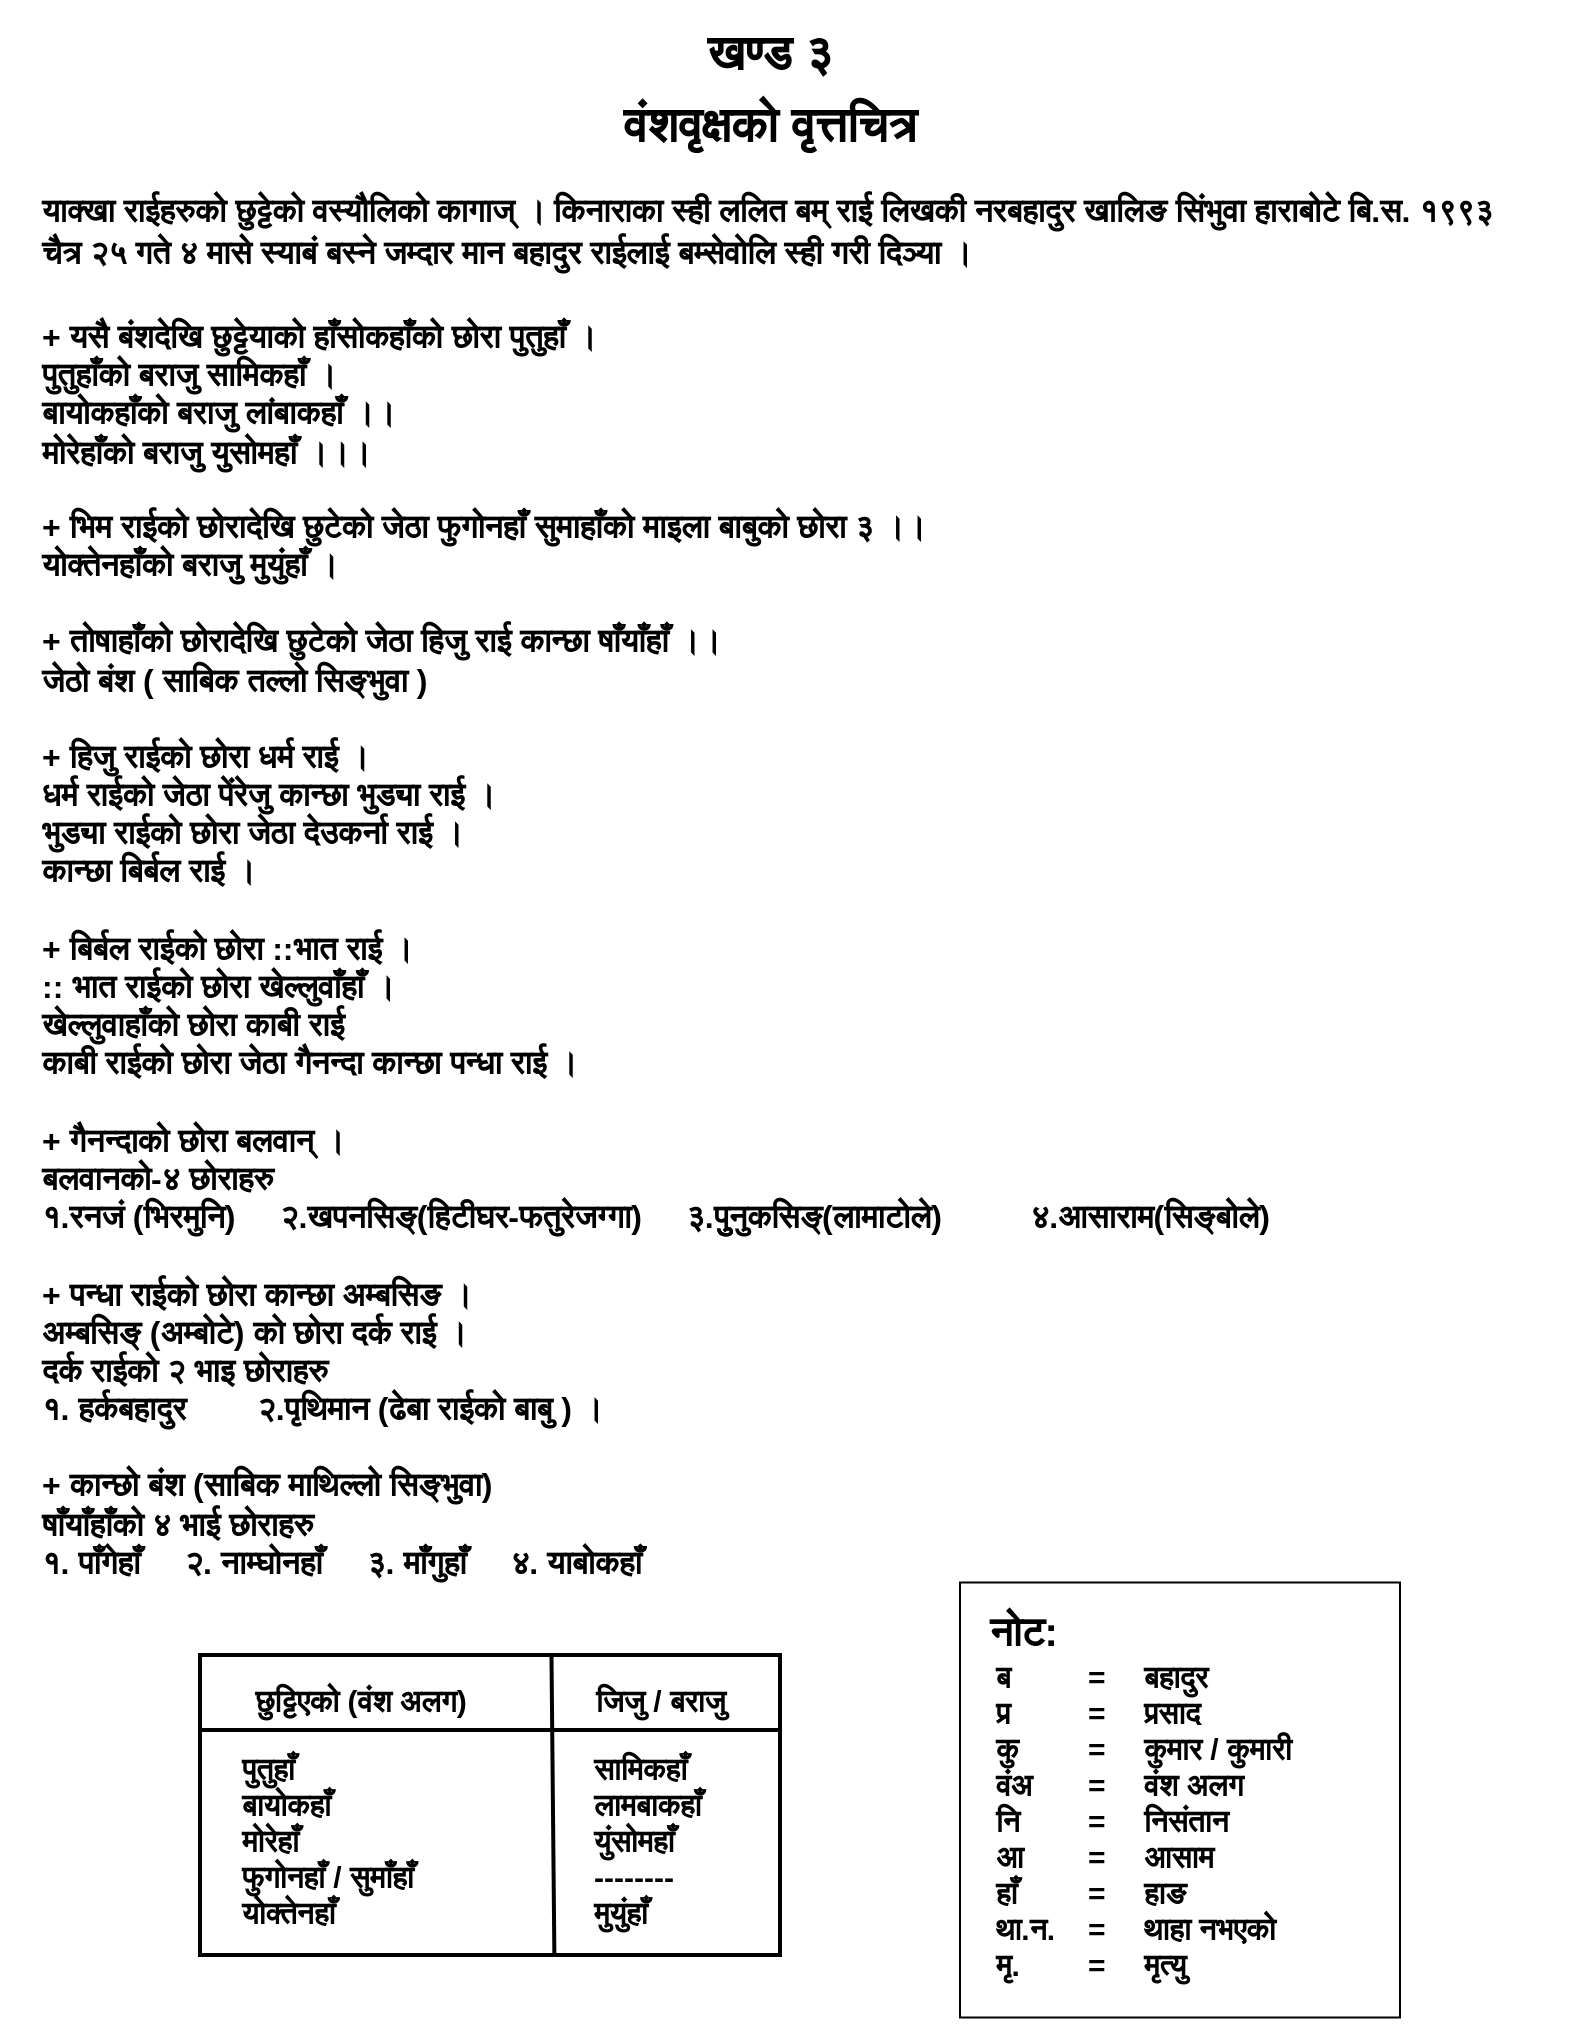
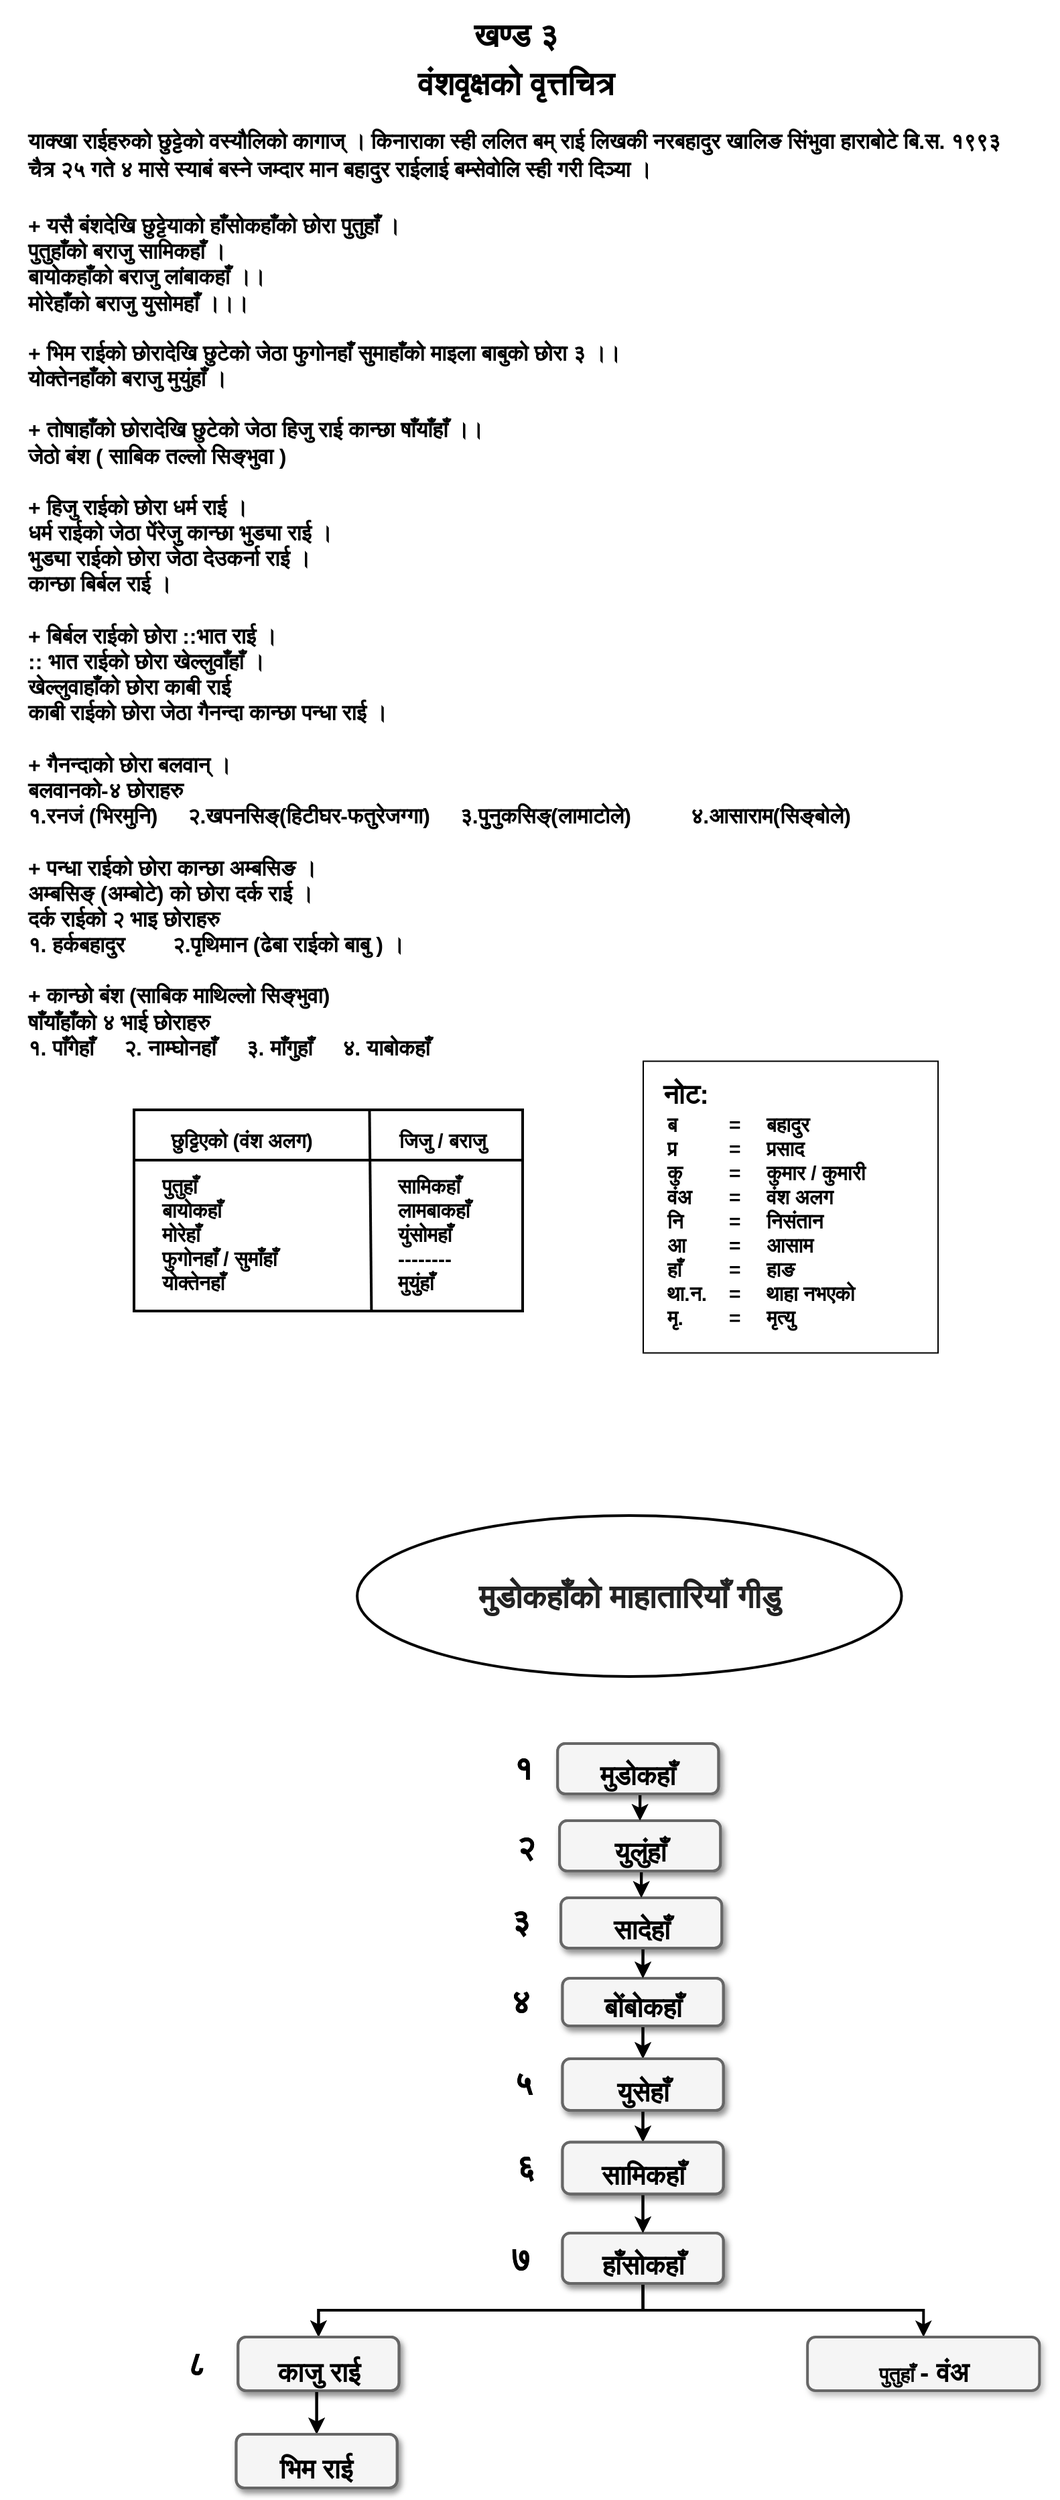
<mxfile host="app.diagrams.net">
  <diagram name="Page-1" id="8f1rnoJ54imUJZ3Wqrcn">
-     <mxGraphModel dx="1704" dy="1028" grid="1" gridSize="10" guides="1" tooltips="1" connect="1" arrows="1" fold="1" page="1" pageScale="1" pageWidth="850" pageHeight="1100" math="0" shadow="0">
+     <mxGraphModel dx="3940" dy="2580" grid="1" gridSize="10" guides="1" tooltips="1" connect="1" arrows="1" fold="1" page="1" pageScale="1" pageWidth="850" pageHeight="1100" math="0" shadow="0">
      <root>
        <mxCell id="0" />
        <mxCell id="1" parent="0" />
        <mxCell id="NBtEsrI96ws6vpRakEqm-1" parent="1" style="rounded=0;whiteSpace=wrap;html=1;" value="" vertex="1">
          <mxGeometry height="217.5" width="220" x="530" y="821.25" as="geometry" />
        </mxCell>
        <mxCell id="NBtEsrI96ws6vpRakEqm-2" parent="1" style="text;whiteSpace=wrap;html=1;align=left;fontSize=15;verticalAlign=bottom;fontStyle=1;strokeWidth=2;" value="&lt;font style=&quot;line-height: 1.3;&quot;&gt;&lt;br&gt;&lt;font style=&quot;font-size: 16px;&quot;&gt;याक्खा राईहरुको छुट्टेको वस्यौलिको कागाज् । किनाराका स्ही ललित बम् राई लिखकी नरबहादुर खालिङ सिंभुवा हाराबोटे बि.स. १९९३ चैत्र २५ गते ४ मासे स्याबं बस्ने जम्दार मान बहादुर राईलाई बम्सेवोलि स्ही गरी दिञ्या ।&lt;/font&gt;&lt;/font&gt;" vertex="1">
          <mxGeometry height="70" width="740" x="69.39" y="100" as="geometry" />
        </mxCell>
        <mxCell id="NBtEsrI96ws6vpRakEqm-3" parent="1" style="text;whiteSpace=wrap;html=1;align=left;fontSize=15;verticalAlign=bottom;fontStyle=1;strokeWidth=2;" value="&lt;div&gt;&lt;font style=&quot;font-size: 16px;&quot;&gt;+ यसै बंशदेखि छुट्टेयाको हाँसोकहाँको छोरा पुतुहाँ ।&lt;/font&gt;&lt;/div&gt;&lt;div&gt;&lt;font style=&quot;font-size: 16px;&quot;&gt;पुतुहाँको बराजु सामिकहाँ ।&lt;/font&gt;&lt;/div&gt;&lt;div&gt;&lt;font style=&quot;font-size: 16px;&quot;&gt;बायोकहाँको बराजु लांबाकहाँ ।।&lt;/font&gt;&lt;/div&gt;&lt;div&gt;&lt;font style=&quot;font-size: 16px;&quot;&gt;मोरेहाँको बराजु युसोमहाँ ।।।&lt;/font&gt;&lt;/div&gt;&lt;div&gt;&lt;br&gt;&lt;/div&gt;&lt;div&gt;&lt;font style=&quot;font-size: 16px;&quot;&gt;+ भिम राईको छोरादेखि छुटेको जेठा फुगोनहाँ सुमाहाँको माइला बाबुको छोरा ३ ।।&lt;/font&gt;&lt;/div&gt;&lt;div&gt;&lt;font style=&quot;font-size: 16px;&quot;&gt;योक्तेनहाँको बराजु मुयुंहाँ ।&lt;/font&gt;&lt;/div&gt;&lt;div&gt;&lt;font style=&quot;font-size: 16px;&quot;&gt;&lt;br&gt;&lt;/font&gt;&lt;/div&gt;&lt;div&gt;&lt;font style=&quot;font-size: 16px;&quot;&gt;+ तोषाहाँको छोरादेखि छुटेको जेठा हिजु राई कान्छा षाँयाँहाँ ।।&lt;/font&gt;&lt;/div&gt;&lt;div&gt;&lt;font style=&quot;font-size: 16px;&quot;&gt;जेठो बंश ( साबिक तल्लो सिङ्भुवा )&lt;/font&gt;&lt;/div&gt;&lt;div&gt;&lt;font style=&quot;font-size: 16px;&quot;&gt;&lt;br&gt;&lt;/font&gt;&lt;/div&gt;&lt;div&gt;&lt;font style=&quot;font-size: 16px;&quot;&gt;+ हिजु राईको छोरा धर्म राई ।&lt;/font&gt;&lt;/div&gt;&lt;div&gt;&lt;font style=&quot;font-size: 16px;&quot;&gt;धर्म राईको जेठा पेंरेजु कान्छा भुड्या राई ।&lt;/font&gt;&lt;/div&gt;&lt;div&gt;&lt;font style=&quot;font-size: 16px;&quot;&gt;भुड्या राईको छोरा जेठा देउकर्ना राई ।&lt;/font&gt;&lt;/div&gt;&lt;div&gt;&lt;font style=&quot;font-size: 16px;&quot;&gt;कान्छा बिर्बल राई ।&lt;/font&gt;&lt;/div&gt;&lt;div&gt;&lt;font style=&quot;font-size: 16px;&quot;&gt;&lt;br&gt;&lt;/font&gt;&lt;/div&gt;&lt;div&gt;&lt;font style=&quot;font-size: 16px;&quot;&gt;+ बिर्बल राईको छोरा ::भात राई ।&lt;/font&gt;&lt;/div&gt;&lt;div&gt;&lt;font style=&quot;font-size: 16px;&quot;&gt;:: भात राईको छोरा खेल्लुवाँहाँ ।&lt;/font&gt;&lt;/div&gt;&lt;div&gt;&lt;font style=&quot;font-size: 16px;&quot;&gt;खेल्लुवाहाँको छोरा काबी राई&amp;nbsp;&lt;/font&gt;&lt;/div&gt;&lt;div&gt;&lt;font style=&quot;font-size: 16px;&quot;&gt;काबी राईको छोरा जेठा गैनन्दा कान्छा पन्धा राई ।&lt;/font&gt;&lt;/div&gt;&lt;div&gt;&lt;font style=&quot;font-size: 16px;&quot;&gt;&lt;br&gt;&lt;/font&gt;&lt;/div&gt;&lt;div&gt;&lt;font style=&quot;font-size: 16px;&quot;&gt;+ गैनन्दाको छोरा बलवान् ।&lt;/font&gt;&lt;/div&gt;&lt;div&gt;&lt;font style=&quot;font-size: 16px;&quot;&gt;बलवानको-४ छोराहरु&lt;/font&gt;&lt;/div&gt;&lt;div&gt;&lt;font style=&quot;font-size: 16px;&quot;&gt;१.रनजं (भिरमुनि)&amp;nbsp; &amp;nbsp; &amp;nbsp;२.खपनसिङ्(हिटीघर-फतुरेजग्गा)&amp;nbsp; &amp;nbsp; &amp;nbsp;३.&lt;/font&gt;&lt;span style=&quot;font-size: 16px; background-color: transparent; color: light-dark(rgb(0, 0, 0), rgb(255, 255, 255));&quot;&gt;पुुनुकसिङ्(लामाटोले)&lt;/span&gt;&lt;span style=&quot;font-size: 16px;&quot;&gt;&amp;nbsp; &amp;nbsp; &amp;nbsp; &amp;nbsp; &amp;nbsp;&amp;nbsp;&lt;/span&gt;&lt;span style=&quot;font-size: 16px; background-color: transparent; color: light-dark(rgb(0, 0, 0), rgb(255, 255, 255));&quot;&gt;४.आसाराम(सिङ्बोले)&lt;/span&gt;&lt;/div&gt;&lt;div&gt;&lt;font style=&quot;font-size: 16px;&quot;&gt;&lt;br&gt;&lt;/font&gt;&lt;/div&gt;&lt;div&gt;&lt;font style=&quot;font-size: 16px;&quot;&gt;+ पन्धा राईको छोरा कान्छा अम्बसिङ ।&lt;/font&gt;&lt;/div&gt;&lt;div&gt;&lt;font style=&quot;font-size: 16px;&quot;&gt;अम्बसिङ् (अम्बोटे) को छोरा दर्क राई ।&lt;/font&gt;&lt;/div&gt;&lt;div&gt;&lt;font style=&quot;font-size: 16px;&quot;&gt;दर्क राईको २ भाइ छोराहरु&lt;/font&gt;&lt;/div&gt;&lt;div&gt;&lt;font style=&quot;font-size: 16px;&quot;&gt;१. हर्कबहादुर&amp;nbsp; &amp;nbsp; &amp;nbsp; &amp;nbsp; २.पृथिमान (ढेबा राईको बाबु ) ।&lt;/font&gt;&lt;/div&gt;&lt;div&gt;&lt;font style=&quot;font-size: 16px;&quot;&gt;&lt;br&gt;&lt;/font&gt;&lt;/div&gt;&lt;div&gt;&lt;font style=&quot;font-size: 16px;&quot;&gt;+ कान्छो बंश (साबिक माथिल्लो सिङ्भुवा)&lt;/font&gt;&lt;/div&gt;&lt;div&gt;&lt;font style=&quot;font-size: 16px;&quot;&gt;षाँयाँहाँको ४ भाई छोराहरु&amp;nbsp;&lt;/font&gt;&lt;/div&gt;&lt;div&gt;&lt;font style=&quot;font-size: 16px;&quot;&gt;१. पाँगेहाँ&amp;nbsp; &amp;nbsp; &amp;nbsp;२. नाम्घोनहाँ&amp;nbsp; &amp;nbsp; &amp;nbsp;३. माँगुहाँ&amp;nbsp; &amp;nbsp; &amp;nbsp;४. याबोकहाँ&amp;nbsp;&lt;/font&gt;&lt;/div&gt;" vertex="1">
          <mxGeometry height="692.5" width="770.61" x="69.39" y="130" as="geometry" />
        </mxCell>
        <mxCell id="NBtEsrI96ws6vpRakEqm-4" parent="1" style="text;whiteSpace=wrap;html=1;fontSize=30;align=center;strokeWidth=2;" value="&lt;b&gt;&lt;font style=&quot;font-size: 24px;&quot;&gt;खण्ड ३&lt;/font&gt;&lt;/b&gt;&lt;div&gt;&lt;b&gt;&lt;font style=&quot;font-size: 24px;&quot;&gt;वंशवृक्षको वृत्तचित्र&lt;/font&gt;&lt;/b&gt;&lt;/div&gt;" vertex="1">
          <mxGeometry height="50" width="770" x="50" y="30" as="geometry" />
        </mxCell>
        <mxCell id="NBtEsrI96ws6vpRakEqm-5" parent="1" style="rounded=0;whiteSpace=wrap;html=1;fontSize=15;align=left;fontStyle=1;strokeWidth=2;" value="" vertex="1">
          <mxGeometry height="150" width="290" x="150" y="857.5" as="geometry" />
        </mxCell>
        <mxCell id="NBtEsrI96ws6vpRakEqm-6" parent="1" style="text;html=1;align=center;verticalAlign=middle;resizable=0;points=[];autosize=1;strokeColor=none;fillColor=none;fontSize=15;fontStyle=1;strokeWidth=2;" value="&lt;span style=&quot;font-size: 15px;&quot;&gt;छुट्टिएको (&lt;/span&gt;&lt;span style=&quot;font-size: 15px;&quot;&gt;&lt;span style=&quot;font-size: 15px;&quot;&gt;वंश अलग&lt;/span&gt;&lt;/span&gt;&lt;span style=&quot;font-size: 15px;&quot;&gt;)&lt;/span&gt;" vertex="1">
          <mxGeometry height="20" width="140" x="160" y="870" as="geometry" />
        </mxCell>
        <mxCell id="NBtEsrI96ws6vpRakEqm-7" parent="1" style="text;html=1;align=center;verticalAlign=middle;resizable=0;points=[];autosize=1;strokeColor=none;fillColor=none;fontSize=15;fontStyle=1;strokeWidth=2;" value="&lt;span style=&quot;font-size: 15px;&quot;&gt;जिजु / बराजु&amp;nbsp;&lt;/span&gt;" vertex="1">
          <mxGeometry height="20" width="100" x="332.07000000000016" y="870" as="geometry" />
        </mxCell>
        <mxCell id="NBtEsrI96ws6vpRakEqm-8" parent="1" style="text;html=1;align=left;verticalAlign=middle;resizable=0;points=[];autosize=1;strokeColor=none;fillColor=none;fontSize=15;fontStyle=1;strokeWidth=2;" value="&lt;span style=&quot;font-family: calibri, sans-serif; font-size: 15px; text-align: center;&quot;&gt;पुत्लुङहाँ&lt;br style=&quot;font-size: 15px;&quot;&gt;&lt;/span&gt;बायोकहॅा&lt;br style=&quot;font-size: 15px;&quot;&gt;मोरेहाँ&amp;nbsp;&lt;br style=&quot;font-size: 15px;&quot;&gt;फुगोनहाँ/सुमाँहाँ&lt;br style=&quot;font-size: 15px;&quot;&gt;योक्तेनहाँ" vertex="1">
          <mxGeometry height="100" width="110" x="169.38999999999987" y="900.25" as="geometry" />
        </mxCell>
        <mxCell id="NBtEsrI96ws6vpRakEqm-9" parent="1" style="text;html=1;strokeColor=none;fillColor=none;align=left;verticalAlign=middle;whiteSpace=wrap;rounded=0;fontSize=15;fontStyle=1;strokeWidth=2;" value="सामिकहाँ&lt;br style=&quot;font-size: 15px;&quot;&gt;लामबाकहॅा&lt;br style=&quot;font-size: 15px;&quot;&gt;युंसोमहाँ&lt;br style=&quot;font-size: 15px;&quot;&gt;&lt;span style=&quot;font-size: 15px;&quot;&gt;--------&lt;br style=&quot;font-size: 15px;&quot;&gt;&lt;/span&gt;मुयुंहाँ" vertex="1">
          <mxGeometry height="47.5" width="120.01" x="344.9899999999998" y="926.5" as="geometry" />
        </mxCell>
        <mxCell id="NBtEsrI96ws6vpRakEqm-10" edge="1" parent="1" source="NBtEsrI96ws6vpRakEqm-5" style="endArrow=none;html=1;rounded=0;fontSize=15;entryX=0.606;entryY=0.001;entryDx=0;entryDy=0;entryPerimeter=0;exitX=0.611;exitY=0.999;exitDx=0;exitDy=0;exitPerimeter=0;fontStyle=1;strokeWidth=2;" target="NBtEsrI96ws6vpRakEqm-5" value="">
          <mxGeometry height="50" relative="1" width="50" as="geometry">
            <mxPoint x="365.3600000000001" y="1100" as="sourcePoint" />
            <mxPoint x="172.36000000000013" y="940" as="targetPoint" />
          </mxGeometry>
        </mxCell>
        <mxCell id="NBtEsrI96ws6vpRakEqm-11" parent="1" style="text;html=1;align=left;verticalAlign=middle;resizable=0;points=[];autosize=1;strokeColor=none;fillColor=none;fontSize=15;fontStyle=1;strokeWidth=2;" value="&lt;div&gt;&lt;span style=&quot;background-color: transparent; color: light-dark(rgb(0, 0, 0), rgb(255, 255, 255));&quot;&gt;ब&amp;nbsp; &amp;nbsp; &amp;nbsp; &amp;nbsp;&lt;/span&gt;&lt;/div&gt;&lt;div style=&quot;&quot;&gt;&lt;div style=&quot;font-size: 15px;&quot;&gt;प्र&amp;nbsp; &amp;nbsp; &amp;nbsp; &amp;nbsp;&lt;/div&gt;&lt;div style=&quot;font-size: 15px;&quot;&gt;कु&amp;nbsp; &amp;nbsp; &amp;nbsp;&amp;nbsp;&lt;/div&gt;&lt;div style=&quot;font-size: 15px;&quot;&gt;वंअ&amp;nbsp; &amp;nbsp;&amp;nbsp;&lt;/div&gt;&lt;div style=&quot;font-size: 15px;&quot;&gt;नि&amp;nbsp; &amp;nbsp; &amp;nbsp;&lt;/div&gt;&lt;div style=&quot;font-size: 15px;&quot;&gt;आ&amp;nbsp;&amp;nbsp;&lt;/div&gt;&lt;div style=&quot;font-size: 15px;&quot;&gt;हाँ&amp;nbsp; &amp;nbsp;&lt;/div&gt;&lt;div style=&quot;font-size: 15px;&quot;&gt;था.न.&lt;/div&gt;&lt;div style=&quot;&quot;&gt;मृ&lt;span style=&quot;background-color: transparent; color: light-dark(rgb(0, 0, 0), rgb(255, 255, 255));&quot;&gt;.&lt;/span&gt;&lt;/div&gt;&lt;/div&gt;&lt;div style=&quot;font-size: 15px;&quot;&gt;&lt;br&gt;&lt;/div&gt;" vertex="1">
          <mxGeometry height="190" width="60" x="545.7899999999995" y="853.75" as="geometry" />
        </mxCell>
        <mxCell id="NBtEsrI96ws6vpRakEqm-12" edge="1" parent="1" source="NBtEsrI96ws6vpRakEqm-5" style="endArrow=none;html=1;rounded=0;fontSize=15;exitX=1;exitY=0.25;exitDx=0;exitDy=0;entryX=0;entryY=0.25;entryDx=0;entryDy=0;strokeWidth=2;" target="NBtEsrI96ws6vpRakEqm-5" value="">
          <mxGeometry height="50" relative="1" width="50" as="geometry">
            <mxPoint x="10" y="1037.5" as="sourcePoint" />
            <mxPoint x="60" y="987.5" as="targetPoint" />
          </mxGeometry>
        </mxCell>
        <mxCell id="NBtEsrI96ws6vpRakEqm-13" parent="1" style="rounded=0;whiteSpace=wrap;html=1;fontSize=15;align=left;fontStyle=1;strokeWidth=2;" value="" vertex="1">
          <mxGeometry height="150" width="290" x="150" y="857.5" as="geometry" />
        </mxCell>
        <mxCell id="NBtEsrI96ws6vpRakEqm-14" parent="1" style="text;html=1;align=center;verticalAlign=middle;resizable=0;points=[];autosize=1;strokeColor=none;fillColor=none;fontSize=15;fontStyle=1;strokeWidth=2;" value="&lt;span style=&quot;font-size: 15px;&quot;&gt;छुट्टिएको (&lt;/span&gt;&lt;span style=&quot;font-size: 15px;&quot;&gt;&lt;span style=&quot;font-size: 15px;&quot;&gt;वंश अलग&lt;/span&gt;&lt;/span&gt;&lt;span style=&quot;font-size: 15px;&quot;&gt;)&lt;/span&gt;" vertex="1">
          <mxGeometry height="20" width="140" x="160" y="870" as="geometry" />
        </mxCell>
        <mxCell id="NBtEsrI96ws6vpRakEqm-15" parent="1" style="text;html=1;align=center;verticalAlign=middle;resizable=0;points=[];autosize=1;strokeColor=none;fillColor=none;fontSize=15;fontStyle=1;strokeWidth=2;" value="&lt;span style=&quot;font-size: 15px;&quot;&gt;जिजु / बराजु&amp;nbsp;&lt;/span&gt;" vertex="1">
          <mxGeometry height="20" width="100" x="332.07000000000016" y="870" as="geometry" />
        </mxCell>
        <mxCell id="NBtEsrI96ws6vpRakEqm-16" parent="1" style="text;html=1;align=left;verticalAlign=middle;resizable=0;points=[];autosize=1;strokeColor=none;fillColor=none;fontSize=15;fontStyle=1;strokeWidth=2;" value="&lt;span style=&quot;white-space: normal;&quot;&gt;पुतुहाँ&amp;nbsp;&lt;/span&gt;&lt;span style=&quot;font-family: calibri, sans-serif; font-size: 15px; text-align: center;&quot;&gt;&lt;br style=&quot;font-size: 15px;&quot;&gt;&lt;/span&gt;बायोकहाँ&lt;br style=&quot;font-size: 15px;&quot;&gt;मोरेहाँ&amp;nbsp;&lt;br style=&quot;font-size: 15px;&quot;&gt;फुगोनहाँ /&amp;nbsp;सुमाँहाँ&lt;br style=&quot;font-size: 15px;&quot;&gt;योक्तेनहाँ" vertex="1">
          <mxGeometry height="100" width="120" x="169.38999999999987" y="900.25" as="geometry" />
        </mxCell>
        <mxCell id="NBtEsrI96ws6vpRakEqm-17" parent="1" style="text;html=1;strokeColor=none;fillColor=none;align=left;verticalAlign=middle;whiteSpace=wrap;rounded=0;fontSize=15;fontStyle=1;strokeWidth=2;" value="सामिकहाँ&lt;br style=&quot;font-size: 15px;&quot;&gt;लामबाकहाँ&lt;br style=&quot;font-size: 15px;&quot;&gt;युंसोमहाँ&lt;br style=&quot;font-size: 15px;&quot;&gt;&lt;span style=&quot;font-size: 15px;&quot;&gt;--------&lt;br style=&quot;font-size: 15px;&quot;&gt;&lt;/span&gt;मुयुंहाँ" vertex="1">
          <mxGeometry height="47.5" width="120.01" x="344.9899999999998" y="926.5" as="geometry" />
        </mxCell>
        <mxCell id="NBtEsrI96ws6vpRakEqm-18" edge="1" parent="1" source="NBtEsrI96ws6vpRakEqm-13" style="endArrow=none;html=1;rounded=0;fontSize=15;entryX=0.606;entryY=0.001;entryDx=0;entryDy=0;entryPerimeter=0;exitX=0.611;exitY=0.999;exitDx=0;exitDy=0;exitPerimeter=0;fontStyle=1;strokeWidth=2;" target="NBtEsrI96ws6vpRakEqm-13" value="">
          <mxGeometry height="50" relative="1" width="50" as="geometry">
            <mxPoint x="365.3600000000001" y="1100" as="sourcePoint" />
            <mxPoint x="172.36000000000013" y="940" as="targetPoint" />
          </mxGeometry>
        </mxCell>
        <mxCell id="NBtEsrI96ws6vpRakEqm-19" edge="1" parent="1" source="NBtEsrI96ws6vpRakEqm-13" style="endArrow=none;html=1;rounded=0;fontSize=15;exitX=1;exitY=0.25;exitDx=0;exitDy=0;entryX=0;entryY=0.25;entryDx=0;entryDy=0;strokeWidth=2;" target="NBtEsrI96ws6vpRakEqm-13" value="">
          <mxGeometry height="50" relative="1" width="50" as="geometry">
            <mxPoint x="10" y="1037.5" as="sourcePoint" />
            <mxPoint x="60" y="987.5" as="targetPoint" />
          </mxGeometry>
        </mxCell>
        <mxCell id="NBtEsrI96ws6vpRakEqm-20" parent="1" style="text;html=1;align=left;verticalAlign=middle;resizable=0;points=[];autosize=1;strokeColor=none;fillColor=none;fontSize=15;fontStyle=1;strokeWidth=2;" value="&lt;div&gt;&lt;span style=&quot;background-color: transparent; color: light-dark(rgb(0, 0, 0), rgb(255, 255, 255));&quot;&gt;बहादुर&lt;/span&gt;&lt;/div&gt;&lt;div style=&quot;&quot;&gt;&lt;div style=&quot;font-size: 15px;&quot;&gt;प्रसाद&lt;/div&gt;&lt;div style=&quot;font-size: 15px;&quot;&gt;कुमार / कुमारी&lt;/div&gt;&lt;div style=&quot;font-size: 15px;&quot;&gt;वंश अलग&lt;/div&gt;&lt;div style=&quot;font-size: 15px;&quot;&gt;निसंतान&lt;/div&gt;&lt;div style=&quot;font-size: 15px;&quot;&gt;आसाम&lt;/div&gt;&lt;div style=&quot;font-size: 15px;&quot;&gt;हाङ&lt;/div&gt;&lt;div style=&quot;font-size: 15px;&quot;&gt;थाहा नभएको&lt;/div&gt;&lt;div style=&quot;&quot;&gt;मृत्यु&lt;/div&gt;&lt;/div&gt;&lt;div style=&quot;font-size: 15px;&quot;&gt;&lt;br&gt;&lt;/div&gt;" vertex="1">
          <mxGeometry height="190" width="110" x="620" y="853.75" as="geometry" />
        </mxCell>
        <mxCell id="NBtEsrI96ws6vpRakEqm-21" parent="1" style="text;html=1;align=left;verticalAlign=middle;resizable=0;points=[];autosize=1;strokeColor=none;fillColor=none;fontSize=15;fontStyle=1;strokeWidth=2;" value="&lt;div style=&quot;line-height: 0%;&quot;&gt;&lt;font style=&quot;font-size: 20px;&quot;&gt;नोट:&lt;/font&gt;&lt;/div&gt;&lt;div style=&quot;font-size: 15px;&quot;&gt;&lt;span style=&quot;font-size: 15px;&quot;&gt;&lt;br&gt;&lt;/span&gt;&lt;/div&gt;&lt;div style=&quot;font-size: 15px;&quot;&gt;&lt;div&gt;&lt;br&gt;&lt;/div&gt;&lt;/div&gt;" vertex="1">
          <mxGeometry height="50" width="60" x="543.3799999999997" y="838.75" as="geometry" />
        </mxCell>
        <mxCell id="NBtEsrI96ws6vpRakEqm-22" parent="1" style="text;html=1;align=left;verticalAlign=middle;resizable=0;points=[];autosize=1;strokeColor=none;fillColor=none;fontSize=15;fontStyle=1;strokeWidth=2;" value="&lt;div&gt;=&lt;/div&gt;&lt;div&gt;=&lt;/div&gt;&lt;div&gt;=&lt;/div&gt;&lt;div&gt;=&lt;/div&gt;&lt;div&gt;=&lt;/div&gt;&lt;div&gt;=&lt;/div&gt;&lt;div&gt;=&lt;/div&gt;&lt;div&gt;=&lt;/div&gt;&lt;div&gt;=&lt;/div&gt;&lt;div&gt;&lt;br&gt;&lt;/div&gt;" vertex="1">
          <mxGeometry height="190" width="30" x="592.4099999999999" y="853.75" as="geometry" />
        </mxCell>
+         <mxCell id="fXanKe78MrKRruurNkE3-109" edge="1" parent="1" source="fXanKe78MrKRruurNkE3-110" style="edgeStyle=orthogonalEdgeStyle;rounded=0;orthogonalLoop=1;jettySize=auto;html=1;exitX=0.5;exitY=1;exitDx=0;exitDy=0;entryX=0.5;entryY=0;entryDx=0;entryDy=0;fontStyle=1;strokeWidth=2;" target="fXanKe78MrKRruurNkE3-116">
+           <mxGeometry relative="1" as="geometry" />
+         </mxCell>
+         <mxCell id="fXanKe78MrKRruurNkE3-110" parent="1" style="whiteSpace=wrap;html=1;rounded=1;shadow=1;strokeWidth=2;fontSize=20;align=center;fillColor=#f5f5f5;strokeColor=#666666;verticalAlign=bottom;fontStyle=1" value="&lt;p class=&quot;MsoNormal&quot; style=&quot;margin-bottom: 0.0001pt; line-height: normal; font-size: 20px;&quot;&gt;&lt;span style=&quot;font-size: 20px; line-height: 107%; font-family: calibri, sans-serif;&quot;&gt;बोंबोकहाँ&lt;/span&gt;&lt;br style=&quot;font-size: 20px;&quot;&gt;&lt;/p&gt;" vertex="1">
+           <mxGeometry height="35.5" width="120" x="469.7600000000002" y="1505" as="geometry" />
+         </mxCell>
+         <mxCell id="fXanKe78MrKRruurNkE3-111" edge="1" parent="1" source="fXanKe78MrKRruurNkE3-112" style="edgeStyle=orthogonalEdgeStyle;rounded=0;orthogonalLoop=1;jettySize=auto;html=1;exitX=0.5;exitY=1;exitDx=0;exitDy=0;entryX=0.5;entryY=0;entryDx=0;entryDy=0;fontStyle=1;strokeWidth=2;" target="fXanKe78MrKRruurNkE3-110">
+           <mxGeometry relative="1" as="geometry" />
+         </mxCell>
+         <mxCell id="fXanKe78MrKRruurNkE3-112" parent="1" style="whiteSpace=wrap;html=1;rounded=1;shadow=1;strokeWidth=2;fontSize=20;align=center;fillColor=#f5f5f5;strokeColor=#666666;verticalAlign=bottom;fontStyle=1" value="&lt;p class=&quot;MsoNormal&quot; style=&quot;margin-bottom: 0.0001pt; line-height: normal; font-size: 20px;&quot;&gt;&lt;span style=&quot;font-size: 20px;&quot;&gt;सादेहाँ&lt;/span&gt;&lt;br style=&quot;font-size: 20px;&quot;&gt;&lt;/p&gt;" vertex="1">
+           <mxGeometry height="37.5" width="120" x="468.57000000000016" y="1445" as="geometry" />
+         </mxCell>
+         <mxCell id="fXanKe78MrKRruurNkE3-113" edge="1" parent="1" source="fXanKe78MrKRruurNkE3-114" style="edgeStyle=orthogonalEdgeStyle;rounded=0;orthogonalLoop=1;jettySize=auto;html=1;exitX=0.5;exitY=1;exitDx=0;exitDy=0;entryX=0.5;entryY=0;entryDx=0;entryDy=0;fontStyle=1;strokeWidth=2;" target="fXanKe78MrKRruurNkE3-112">
+           <mxGeometry relative="1" as="geometry" />
+         </mxCell>
+         <mxCell id="fXanKe78MrKRruurNkE3-114" parent="1" style="whiteSpace=wrap;html=1;rounded=1;shadow=1;strokeWidth=2;fontSize=20;align=center;fillColor=#f5f5f5;strokeColor=#666666;verticalAlign=bottom;fontStyle=1" value="&lt;p class=&quot;MsoNormal&quot; style=&quot;margin-bottom: 0.0001pt; line-height: normal; font-size: 20px;&quot;&gt;&lt;span style=&quot;font-size: 20px; line-height: 107%; font-family: calibri, sans-serif;&quot;&gt;युलुंहाँ&lt;/span&gt;&lt;br style=&quot;font-size: 20px;&quot;&gt;&lt;/p&gt;" vertex="1">
+           <mxGeometry height="37.5" width="120" x="467.55999999999995" y="1387.5" as="geometry" />
+         </mxCell>
+         <mxCell id="fXanKe78MrKRruurNkE3-115" edge="1" parent="1" source="fXanKe78MrKRruurNkE3-116" style="edgeStyle=orthogonalEdgeStyle;rounded=0;orthogonalLoop=1;jettySize=auto;html=1;exitX=0.5;exitY=1;exitDx=0;exitDy=0;entryX=0.5;entryY=0;entryDx=0;entryDy=0;fontSize=24;strokeWidth=2;" target="fXanKe78MrKRruurNkE3-135">
+           <mxGeometry relative="1" as="geometry" />
+         </mxCell>
+         <mxCell id="fXanKe78MrKRruurNkE3-116" parent="1" style="whiteSpace=wrap;html=1;rounded=1;shadow=1;strokeWidth=2;fontSize=20;align=center;fillColor=#f5f5f5;strokeColor=#666666;verticalAlign=bottom;fontStyle=1" value="&lt;p class=&quot;MsoNormal&quot; style=&quot;margin-bottom: 0.0001pt; line-height: normal; font-size: 20px;&quot;&gt;&lt;span style=&quot;font-size: 20px;&quot;&gt;युसेहाँ&lt;/span&gt;&lt;br style=&quot;font-size: 20px;&quot;&gt;&lt;/p&gt;" vertex="1">
+           <mxGeometry height="38.5" width="120" x="469.76" y="1565" as="geometry" />
+         </mxCell>
+         <mxCell id="fXanKe78MrKRruurNkE3-117" edge="1" parent="1" source="fXanKe78MrKRruurNkE3-119" style="edgeStyle=orthogonalEdgeStyle;rounded=0;orthogonalLoop=1;jettySize=auto;html=1;exitX=0.5;exitY=1;exitDx=0;exitDy=0;fontStyle=1;strokeWidth=2;" target="fXanKe78MrKRruurNkE3-123">
+           <mxGeometry relative="1" as="geometry" />
+         </mxCell>
+         <mxCell id="fXanKe78MrKRruurNkE3-118" edge="1" parent="1" source="fXanKe78MrKRruurNkE3-119" style="edgeStyle=orthogonalEdgeStyle;rounded=0;orthogonalLoop=1;jettySize=auto;html=1;exitX=0.5;exitY=1;exitDx=0;exitDy=0;fontStyle=1;strokeWidth=2;" target="fXanKe78MrKRruurNkE3-124">
+           <mxGeometry relative="1" as="geometry" />
+         </mxCell>
+         <mxCell id="fXanKe78MrKRruurNkE3-119" parent="1" style="whiteSpace=wrap;html=1;rounded=1;shadow=1;strokeWidth=2;fontSize=20;align=center;fillColor=#f5f5f5;strokeColor=#666666;verticalAlign=bottom;fontStyle=1" value="&lt;p class=&quot;MsoNormal&quot; style=&quot;margin-bottom: 0.0001pt; line-height: normal; font-size: 20px;&quot;&gt;&lt;span style=&quot;font-size: 20px; line-height: 107%; font-family: calibri, sans-serif;&quot;&gt;हाँसोकहाँ&lt;/span&gt;&lt;br style=&quot;font-size: 20px;&quot;&gt;&lt;/p&gt;" vertex="1">
+           <mxGeometry height="37.5" width="120" x="469.7600000000002" y="1695" as="geometry" />
+         </mxCell>
+         <mxCell id="fXanKe78MrKRruurNkE3-120" edge="1" parent="1" source="fXanKe78MrKRruurNkE3-121" style="edgeStyle=orthogonalEdgeStyle;rounded=0;orthogonalLoop=1;jettySize=auto;html=1;exitX=0.5;exitY=1;exitDx=0;exitDy=0;entryX=0.5;entryY=0;entryDx=0;entryDy=0;fontStyle=1;strokeWidth=2;" target="fXanKe78MrKRruurNkE3-114">
+           <mxGeometry relative="1" as="geometry" />
+         </mxCell>
+         <mxCell id="fXanKe78MrKRruurNkE3-121" parent="1" style="whiteSpace=wrap;html=1;rounded=1;shadow=1;strokeWidth=2;fontSize=20;align=center;fillColor=#f5f5f5;strokeColor=#666666;verticalAlign=bottom;fontStyle=1" value="&lt;p class=&quot;MsoNormal&quot; style=&quot;margin-bottom: 0.0001pt; line-height: normal; font-size: 20px;&quot;&gt;&lt;span style=&quot;font-size: 20px;&quot;&gt;मुडोकहाँ&lt;/span&gt;&lt;br style=&quot;font-size: 20px;&quot;&gt;&lt;/p&gt;" vertex="1">
+           <mxGeometry height="37.5" width="120" x="466.1300000000001" y="1330" as="geometry" />
+         </mxCell>
+         <mxCell id="fXanKe78MrKRruurNkE3-122" edge="1" parent="1" source="fXanKe78MrKRruurNkE3-123" style="edgeStyle=orthogonalEdgeStyle;rounded=0;orthogonalLoop=1;jettySize=auto;html=1;exitX=0.5;exitY=1;exitDx=0;exitDy=0;entryX=0.5;entryY=0;entryDx=0;entryDy=0;fontStyle=1;strokeWidth=2;" target="fXanKe78MrKRruurNkE3-125">
+           <mxGeometry relative="1" as="geometry" />
+         </mxCell>
+         <mxCell id="fXanKe78MrKRruurNkE3-123" parent="1" style="whiteSpace=wrap;html=1;rounded=1;shadow=1;strokeWidth=2;fontSize=20;align=center;fillColor=#f5f5f5;strokeColor=#666666;verticalAlign=bottom;fontStyle=1" value="&lt;p class=&quot;MsoNormal&quot; style=&quot;margin-bottom: 0.0001pt; line-height: normal; font-size: 20px;&quot;&gt;&lt;span style=&quot;font-size: 20px; line-height: 107%; font-family: calibri, sans-serif;&quot;&gt;काजु राई&lt;/span&gt;&lt;br style=&quot;font-size: 20px;&quot;&gt;&lt;/p&gt;" vertex="1">
+           <mxGeometry height="40" width="120" x="227.68000000000006" y="1772.5" as="geometry" />
+         </mxCell>
+         <mxCell id="fXanKe78MrKRruurNkE3-124" parent="1" style="whiteSpace=wrap;html=1;rounded=1;shadow=1;strokeWidth=2;fontSize=20;align=center;fillColor=#f5f5f5;strokeColor=#666666;verticalAlign=bottom;fontStyle=1" value="&lt;p class=&quot;MsoNormal&quot; style=&quot;margin-bottom: 0.0001pt; line-height: normal; font-size: 20px;&quot;&gt;&lt;br style=&quot;font-size: 20px;&quot;&gt;&lt;/p&gt;&lt;span style=&quot;font-size: 15px; text-align: left;&quot;&gt;पुतुहाँ &lt;/span&gt;&lt;span style=&quot;font-family: calibri, sans-serif; font-size: 20px;&quot;&gt;-&amp;nbsp;&lt;/span&gt;&lt;font face=&quot;calibri, sans-serif&quot; style=&quot;font-size: 20px;&quot;&gt;&lt;span style=&quot;font-size: 20px;&quot;&gt;&lt;span style=&quot;font-size: 20px;&quot;&gt;वंअ&lt;/span&gt;&lt;/span&gt;&lt;/font&gt;" vertex="1">
+           <mxGeometry height="40" width="173.11" x="652.5700000000002" y="1772.5" as="geometry" />
+         </mxCell>
+         <mxCell id="fXanKe78MrKRruurNkE3-125" parent="1" style="whiteSpace=wrap;html=1;rounded=1;shadow=1;strokeWidth=2;fontSize=20;align=center;fillColor=#f5f5f5;strokeColor=#666666;verticalAlign=bottom;fontStyle=1" value="&lt;p class=&quot;MsoNormal&quot; style=&quot;margin-bottom: 0.0001pt; line-height: normal; font-size: 20px;&quot;&gt;&lt;span style=&quot;font-size: 20px; line-height: 107%; font-family: calibri, sans-serif;&quot;&gt;भिम राई&lt;/span&gt;&lt;br style=&quot;font-size: 20px;&quot;&gt;&lt;/p&gt;" vertex="1">
+           <mxGeometry height="40" width="120" x="226.29999999999995" y="1845" as="geometry" />
+         </mxCell>
+         <mxCell id="fXanKe78MrKRruurNkE3-126" parent="1" style="ellipse;whiteSpace=wrap;html=1;fontSize=15;fontStyle=0;strokeWidth=2;" value="&lt;span style=&quot;&quot; id=&quot;docs-internal-guid-03e46b9b-7fff-9114-8b67-d3af49b749a7&quot;&gt;&lt;p dir=&quot;ltr&quot; style=&quot;line-height: 1.38; background-color: rgb(255, 255, 255); margin-top: 0pt; margin-bottom: 0pt;&quot;&gt;&lt;span style=&quot;font-family: Arial, sans-serif; color: rgb(34, 34, 34); background-color: transparent; font-variant: normal; vertical-align: baseline; white-space: pre-wrap;&quot;&gt;&lt;font style=&quot;font-size: 24px;&quot;&gt;&lt;b&gt;मुडोकहाँको माहातारियाँ गीडु&lt;/b&gt;&lt;/font&gt;&lt;/span&gt;&lt;/p&gt;&lt;/span&gt;" vertex="1">
+           <mxGeometry height="120" width="406.21" x="316.54999999999995" y="1160" as="geometry" />
+         </mxCell>
+         <mxCell id="fXanKe78MrKRruurNkE3-127" parent="1" style="text;html=1;align=center;verticalAlign=middle;resizable=0;points=[];autosize=1;strokeColor=none;fillColor=none;fontSize=15;fontStyle=1;strokeWidth=2;" value="&lt;div style=&quot;text-align: left&quot;&gt;&lt;br&gt;&lt;/div&gt;" vertex="1">
+           <mxGeometry height="30" width="20" x="519.7600000000002" y="1265" as="geometry" />
+         </mxCell>
+         <mxCell id="fXanKe78MrKRruurNkE3-128" parent="1" style="text;html=1;align=center;verticalAlign=middle;resizable=0;points=[];autosize=1;strokeColor=none;fillColor=none;strokeWidth=2;" value="&lt;b&gt;&lt;font style=&quot;font-size: 24px;&quot;&gt;१&lt;/font&gt;&lt;/b&gt;" vertex="1">
+           <mxGeometry height="40" width="40" x="420.25" y="1328.75" as="geometry" />
+         </mxCell>
+         <mxCell id="fXanKe78MrKRruurNkE3-129" parent="1" style="text;html=1;align=center;verticalAlign=middle;resizable=0;points=[];autosize=1;strokeColor=none;fillColor=none;strokeWidth=2;" value="&lt;span style=&quot;font-size: 24px;&quot;&gt;&lt;b&gt;२&lt;/b&gt;&lt;/span&gt;" vertex="1">
+           <mxGeometry height="40" width="40" x="421.53999999999996" y="1387.5" as="geometry" />
+         </mxCell>
+         <mxCell id="fXanKe78MrKRruurNkE3-130" parent="1" style="text;html=1;align=center;verticalAlign=middle;resizable=0;points=[];autosize=1;strokeColor=none;fillColor=none;strokeWidth=2;" value="&lt;span style=&quot;font-size: 24px;&quot;&gt;&lt;b&gt;३&lt;/b&gt;&lt;/span&gt;" vertex="1">
+           <mxGeometry height="40" width="40" x="418.3899999999999" y="1442.5" as="geometry" />
+         </mxCell>
+         <mxCell id="fXanKe78MrKRruurNkE3-131" parent="1" style="text;html=1;align=center;verticalAlign=middle;resizable=0;points=[];autosize=1;strokeColor=none;fillColor=none;strokeWidth=2;" value="&lt;span style=&quot;font-size: 24px;&quot;&gt;&lt;b&gt;४&lt;/b&gt;&lt;/span&gt;" vertex="1">
+           <mxGeometry height="40" width="40" x="418.3899999999999" y="1502.75" as="geometry" />
+         </mxCell>
+         <mxCell id="fXanKe78MrKRruurNkE3-132" parent="1" style="text;html=1;align=center;verticalAlign=middle;resizable=0;points=[];autosize=1;strokeColor=none;fillColor=none;strokeWidth=2;" value="&lt;span style=&quot;font-size: 24px;&quot;&gt;&lt;b&gt;५&lt;/b&gt;&lt;/span&gt;" vertex="1">
+           <mxGeometry height="40" width="40" x="420.25" y="1563.5" as="geometry" />
+         </mxCell>
+         <mxCell id="fXanKe78MrKRruurNkE3-133" parent="1" style="text;html=1;align=center;verticalAlign=middle;resizable=0;points=[];autosize=1;strokeColor=none;fillColor=none;strokeWidth=2;" value="&lt;span style=&quot;font-size: 24px;&quot;&gt;&lt;b&gt;६&lt;/b&gt;&lt;/span&gt;" vertex="1">
+           <mxGeometry height="40" width="40" x="421.53999999999996" y="1625.75" as="geometry" />
+         </mxCell>
+         <mxCell id="fXanKe78MrKRruurNkE3-134" edge="1" parent="1" source="fXanKe78MrKRruurNkE3-135" style="edgeStyle=orthogonalEdgeStyle;rounded=0;orthogonalLoop=1;jettySize=auto;html=1;exitX=0.5;exitY=1;exitDx=0;exitDy=0;entryX=0.5;entryY=0;entryDx=0;entryDy=0;fontSize=24;strokeWidth=2;" target="fXanKe78MrKRruurNkE3-119">
+           <mxGeometry relative="1" as="geometry" />
+         </mxCell>
+         <mxCell id="fXanKe78MrKRruurNkE3-135" parent="1" style="whiteSpace=wrap;html=1;rounded=1;shadow=1;strokeWidth=2;fontSize=20;align=center;fillColor=#f5f5f5;strokeColor=#666666;verticalAlign=bottom;fontStyle=1" value="&lt;p class=&quot;MsoNormal&quot; style=&quot;margin-bottom: 0.0001pt; line-height: normal; font-size: 20px;&quot;&gt;&lt;span style=&quot;text-align: left;&quot;&gt;सामिकहाँ&amp;nbsp;&lt;/span&gt;&lt;br style=&quot;font-size: 20px;&quot;&gt;&lt;/p&gt;" vertex="1">
+           <mxGeometry height="38.5" width="120" x="469.76" y="1627.25" as="geometry" />
+         </mxCell>
+         <mxCell id="fXanKe78MrKRruurNkE3-136" parent="1" style="text;html=1;align=center;verticalAlign=middle;resizable=0;points=[];autosize=1;strokeColor=none;fillColor=none;strokeWidth=2;" value="&lt;span style=&quot;font-size: 24px;&quot;&gt;&lt;b&gt;७&lt;/b&gt;&lt;/span&gt;" vertex="1">
+           <mxGeometry height="40" width="40" x="418.3899999999999" y="1695" as="geometry" />
+         </mxCell>
+         <mxCell id="fXanKe78MrKRruurNkE3-137" parent="1" style="text;html=1;align=center;verticalAlign=middle;resizable=0;points=[];autosize=1;strokeColor=none;fillColor=none;strokeWidth=2;" value="&lt;span style=&quot;font-size: 24px;&quot;&gt;&lt;b&gt;८&lt;/b&gt;&lt;/span&gt;" vertex="1">
+           <mxGeometry height="40" width="40" x="176.26" y="1772.5" as="geometry" />
+         </mxCell>
+         <mxCell id="fXanKe78MrKRruurNkE3-138" edge="1" parent="1" source="fXanKe78MrKRruurNkE3-139" style="edgeStyle=orthogonalEdgeStyle;rounded=0;orthogonalLoop=1;jettySize=auto;html=1;exitX=0.5;exitY=1;exitDx=0;exitDy=0;entryX=0.5;entryY=0;entryDx=0;entryDy=0;fontStyle=1;strokeWidth=2;" target="fXanKe78MrKRruurNkE3-145">
+           <mxGeometry relative="1" as="geometry" />
+         </mxCell>
+         <mxCell id="fXanKe78MrKRruurNkE3-139" parent="1" style="whiteSpace=wrap;html=1;rounded=1;shadow=1;strokeWidth=2;fontSize=20;align=center;fillColor=#f5f5f5;strokeColor=#666666;verticalAlign=bottom;fontStyle=1" value="&lt;p class=&quot;MsoNormal&quot; style=&quot;margin-bottom: 0.0001pt; line-height: normal; font-size: 20px;&quot;&gt;&lt;span style=&quot;font-size: 20px; line-height: 107%; font-family: calibri, sans-serif;&quot;&gt;बोंबोकहाँ&lt;/span&gt;&lt;br style=&quot;font-size: 20px;&quot;&gt;&lt;/p&gt;" vertex="1">
+           <mxGeometry height="35.5" width="120" x="469.7600000000002" y="1505" as="geometry" />
+         </mxCell>
+         <mxCell id="fXanKe78MrKRruurNkE3-140" edge="1" parent="1" source="fXanKe78MrKRruurNkE3-141" style="edgeStyle=orthogonalEdgeStyle;rounded=0;orthogonalLoop=1;jettySize=auto;html=1;exitX=0.5;exitY=1;exitDx=0;exitDy=0;entryX=0.5;entryY=0;entryDx=0;entryDy=0;fontStyle=1;strokeWidth=2;" target="fXanKe78MrKRruurNkE3-139">
+           <mxGeometry relative="1" as="geometry" />
+         </mxCell>
+         <mxCell id="fXanKe78MrKRruurNkE3-141" parent="1" style="whiteSpace=wrap;html=1;rounded=1;shadow=1;strokeWidth=2;fontSize=20;align=center;fillColor=#f5f5f5;strokeColor=#666666;verticalAlign=bottom;fontStyle=1" value="&lt;p class=&quot;MsoNormal&quot; style=&quot;margin-bottom: 0.0001pt; line-height: normal; font-size: 20px;&quot;&gt;&lt;span style=&quot;font-size: 20px;&quot;&gt;सादेहाँ&lt;/span&gt;&lt;br style=&quot;font-size: 20px;&quot;&gt;&lt;/p&gt;" vertex="1">
+           <mxGeometry height="37.5" width="120" x="468.57000000000016" y="1445" as="geometry" />
+         </mxCell>
+         <mxCell id="fXanKe78MrKRruurNkE3-142" edge="1" parent="1" source="fXanKe78MrKRruurNkE3-143" style="edgeStyle=orthogonalEdgeStyle;rounded=0;orthogonalLoop=1;jettySize=auto;html=1;exitX=0.5;exitY=1;exitDx=0;exitDy=0;entryX=0.5;entryY=0;entryDx=0;entryDy=0;fontStyle=1;strokeWidth=2;" target="fXanKe78MrKRruurNkE3-141">
+           <mxGeometry relative="1" as="geometry" />
+         </mxCell>
+         <mxCell id="fXanKe78MrKRruurNkE3-143" parent="1" style="whiteSpace=wrap;html=1;rounded=1;shadow=1;strokeWidth=2;fontSize=20;align=center;fillColor=#f5f5f5;strokeColor=#666666;verticalAlign=bottom;fontStyle=1" value="&lt;p class=&quot;MsoNormal&quot; style=&quot;margin-bottom: 0.0001pt; line-height: normal; font-size: 20px;&quot;&gt;&lt;span style=&quot;font-size: 20px; line-height: 107%; font-family: calibri, sans-serif;&quot;&gt;युलुंहाँ&lt;/span&gt;&lt;br style=&quot;font-size: 20px;&quot;&gt;&lt;/p&gt;" vertex="1">
+           <mxGeometry height="37.5" width="120" x="467.55999999999995" y="1387.5" as="geometry" />
+         </mxCell>
+         <mxCell id="fXanKe78MrKRruurNkE3-144" edge="1" parent="1" source="fXanKe78MrKRruurNkE3-145" style="edgeStyle=orthogonalEdgeStyle;rounded=0;orthogonalLoop=1;jettySize=auto;html=1;exitX=0.5;exitY=1;exitDx=0;exitDy=0;entryX=0.5;entryY=0;entryDx=0;entryDy=0;fontSize=24;strokeWidth=2;" target="fXanKe78MrKRruurNkE3-160">
+           <mxGeometry relative="1" as="geometry" />
+         </mxCell>
+         <mxCell id="fXanKe78MrKRruurNkE3-145" parent="1" style="whiteSpace=wrap;html=1;rounded=1;shadow=1;strokeWidth=2;fontSize=20;align=center;fillColor=#f5f5f5;strokeColor=#666666;verticalAlign=bottom;fontStyle=1" value="&lt;p class=&quot;MsoNormal&quot; style=&quot;margin-bottom: 0.0001pt; line-height: normal; font-size: 20px;&quot;&gt;&lt;span style=&quot;font-size: 20px;&quot;&gt;युसेहाँ&lt;/span&gt;&lt;br style=&quot;font-size: 20px;&quot;&gt;&lt;/p&gt;" vertex="1">
+           <mxGeometry height="38.5" width="120" x="469.76" y="1565" as="geometry" />
+         </mxCell>
+         <mxCell id="fXanKe78MrKRruurNkE3-146" edge="1" parent="1" source="fXanKe78MrKRruurNkE3-147" style="edgeStyle=orthogonalEdgeStyle;rounded=0;orthogonalLoop=1;jettySize=auto;html=1;exitX=0.5;exitY=1;exitDx=0;exitDy=0;fontStyle=1;strokeWidth=2;" target="fXanKe78MrKRruurNkE3-151">
+           <mxGeometry relative="1" as="geometry" />
+         </mxCell>
+         <mxCell id="fXanKe78MrKRruurNkE3-147" parent="1" style="whiteSpace=wrap;html=1;rounded=1;shadow=1;strokeWidth=2;fontSize=20;align=center;fillColor=#f5f5f5;strokeColor=#666666;verticalAlign=bottom;fontStyle=1" value="&lt;p class=&quot;MsoNormal&quot; style=&quot;margin-bottom: 0.0001pt; line-height: normal; font-size: 20px;&quot;&gt;&lt;span style=&quot;font-size: 20px; line-height: 107%; font-family: calibri, sans-serif;&quot;&gt;हाँसोकहाँ&lt;/span&gt;&lt;br style=&quot;font-size: 20px;&quot;&gt;&lt;/p&gt;" vertex="1">
+           <mxGeometry height="37.5" width="120" x="469.7600000000002" y="1695" as="geometry" />
+         </mxCell>
+         <mxCell id="fXanKe78MrKRruurNkE3-148" edge="1" parent="1" source="fXanKe78MrKRruurNkE3-149" style="edgeStyle=orthogonalEdgeStyle;rounded=0;orthogonalLoop=1;jettySize=auto;html=1;exitX=0.5;exitY=1;exitDx=0;exitDy=0;entryX=0.5;entryY=0;entryDx=0;entryDy=0;fontStyle=1;strokeWidth=2;" target="fXanKe78MrKRruurNkE3-143">
+           <mxGeometry relative="1" as="geometry" />
+         </mxCell>
+         <mxCell id="fXanKe78MrKRruurNkE3-149" parent="1" style="whiteSpace=wrap;html=1;rounded=1;shadow=1;strokeWidth=2;fontSize=20;align=center;fillColor=#f5f5f5;strokeColor=#666666;verticalAlign=bottom;fontStyle=1" value="&lt;p class=&quot;MsoNormal&quot; style=&quot;margin-bottom: 0.0001pt; line-height: normal; font-size: 20px;&quot;&gt;&lt;span style=&quot;font-size: 20px;&quot;&gt;मुडोकहाँ&lt;/span&gt;&lt;br style=&quot;font-size: 20px;&quot;&gt;&lt;/p&gt;" vertex="1">
+           <mxGeometry height="37.5" width="120" x="466.1300000000001" y="1330" as="geometry" />
+         </mxCell>
+         <mxCell id="fXanKe78MrKRruurNkE3-150" edge="1" parent="1" source="fXanKe78MrKRruurNkE3-151" style="edgeStyle=orthogonalEdgeStyle;rounded=0;orthogonalLoop=1;jettySize=auto;html=1;exitX=0.5;exitY=1;exitDx=0;exitDy=0;entryX=0.5;entryY=0;entryDx=0;entryDy=0;fontStyle=1;strokeWidth=2;" target="fXanKe78MrKRruurNkE3-152">
+           <mxGeometry relative="1" as="geometry" />
+         </mxCell>
+         <mxCell id="fXanKe78MrKRruurNkE3-151" parent="1" style="whiteSpace=wrap;html=1;rounded=1;shadow=1;strokeWidth=2;fontSize=20;align=center;fillColor=#f5f5f5;strokeColor=#666666;verticalAlign=bottom;fontStyle=1" value="&lt;p class=&quot;MsoNormal&quot; style=&quot;margin-bottom: 0.0001pt; line-height: normal; font-size: 20px;&quot;&gt;&lt;span style=&quot;font-size: 20px; line-height: 107%; font-family: calibri, sans-serif;&quot;&gt;काजु राई&lt;/span&gt;&lt;br style=&quot;font-size: 20px;&quot;&gt;&lt;/p&gt;" vertex="1">
+           <mxGeometry height="40" width="120" x="227.68000000000006" y="1772.5" as="geometry" />
+         </mxCell>
+         <mxCell id="fXanKe78MrKRruurNkE3-152" parent="1" style="whiteSpace=wrap;html=1;rounded=1;shadow=1;strokeWidth=2;fontSize=20;align=center;fillColor=#f5f5f5;strokeColor=#666666;verticalAlign=bottom;fontStyle=1" value="&lt;p class=&quot;MsoNormal&quot; style=&quot;margin-bottom: 0.0001pt; line-height: normal; font-size: 20px;&quot;&gt;&lt;span style=&quot;font-size: 20px; line-height: 107%; font-family: calibri, sans-serif;&quot;&gt;भिम राई&lt;/span&gt;&lt;br style=&quot;font-size: 20px;&quot;&gt;&lt;/p&gt;" vertex="1">
+           <mxGeometry height="40" width="120" x="226.29999999999995" y="1845" as="geometry" />
+         </mxCell>
+         <mxCell id="fXanKe78MrKRruurNkE3-153" parent="1" style="text;html=1;align=center;verticalAlign=middle;resizable=0;points=[];autosize=1;strokeColor=none;fillColor=none;strokeWidth=2;" value="&lt;b&gt;&lt;font style=&quot;font-size: 24px;&quot;&gt;१&lt;/font&gt;&lt;/b&gt;" vertex="1">
+           <mxGeometry height="40" width="40" x="420.25" y="1328.75" as="geometry" />
+         </mxCell>
+         <mxCell id="fXanKe78MrKRruurNkE3-154" parent="1" style="text;html=1;align=center;verticalAlign=middle;resizable=0;points=[];autosize=1;strokeColor=none;fillColor=none;strokeWidth=2;" value="&lt;span style=&quot;font-size: 24px;&quot;&gt;&lt;b&gt;२&lt;/b&gt;&lt;/span&gt;" vertex="1">
+           <mxGeometry height="40" width="40" x="421.53999999999996" y="1387.5" as="geometry" />
+         </mxCell>
+         <mxCell id="fXanKe78MrKRruurNkE3-155" parent="1" style="text;html=1;align=center;verticalAlign=middle;resizable=0;points=[];autosize=1;strokeColor=none;fillColor=none;strokeWidth=2;" value="&lt;span style=&quot;font-size: 24px;&quot;&gt;&lt;b&gt;३&lt;/b&gt;&lt;/span&gt;" vertex="1">
+           <mxGeometry height="40" width="40" x="418.3899999999999" y="1442.5" as="geometry" />
+         </mxCell>
+         <mxCell id="fXanKe78MrKRruurNkE3-156" parent="1" style="text;html=1;align=center;verticalAlign=middle;resizable=0;points=[];autosize=1;strokeColor=none;fillColor=none;strokeWidth=2;" value="&lt;span style=&quot;font-size: 24px;&quot;&gt;&lt;b&gt;४&lt;/b&gt;&lt;/span&gt;" vertex="1">
+           <mxGeometry height="40" width="40" x="418.3899999999999" y="1502.75" as="geometry" />
+         </mxCell>
+         <mxCell id="fXanKe78MrKRruurNkE3-157" parent="1" style="text;html=1;align=center;verticalAlign=middle;resizable=0;points=[];autosize=1;strokeColor=none;fillColor=none;strokeWidth=2;" value="&lt;span style=&quot;font-size: 24px;&quot;&gt;&lt;b&gt;५&lt;/b&gt;&lt;/span&gt;" vertex="1">
+           <mxGeometry height="40" width="40" x="420.25" y="1563.5" as="geometry" />
+         </mxCell>
+         <mxCell id="fXanKe78MrKRruurNkE3-158" parent="1" style="text;html=1;align=center;verticalAlign=middle;resizable=0;points=[];autosize=1;strokeColor=none;fillColor=none;strokeWidth=2;" value="&lt;span style=&quot;font-size: 24px;&quot;&gt;&lt;b&gt;६&lt;/b&gt;&lt;/span&gt;" vertex="1">
+           <mxGeometry height="40" width="40" x="421.53999999999996" y="1625.75" as="geometry" />
+         </mxCell>
+         <mxCell id="fXanKe78MrKRruurNkE3-159" edge="1" parent="1" source="fXanKe78MrKRruurNkE3-160" style="edgeStyle=orthogonalEdgeStyle;rounded=0;orthogonalLoop=1;jettySize=auto;html=1;exitX=0.5;exitY=1;exitDx=0;exitDy=0;entryX=0.5;entryY=0;entryDx=0;entryDy=0;fontSize=24;strokeWidth=2;" target="fXanKe78MrKRruurNkE3-147">
+           <mxGeometry relative="1" as="geometry" />
+         </mxCell>
+         <mxCell id="fXanKe78MrKRruurNkE3-160" parent="1" style="whiteSpace=wrap;html=1;rounded=1;shadow=1;strokeWidth=2;fontSize=20;align=center;fillColor=#f5f5f5;strokeColor=#666666;verticalAlign=bottom;fontStyle=1" value="&lt;p class=&quot;MsoNormal&quot; style=&quot;margin-bottom: 0.0001pt; line-height: normal; font-size: 20px;&quot;&gt;&lt;span style=&quot;text-align: left;&quot;&gt;सामिकहाँ&lt;/span&gt;&lt;br style=&quot;font-size: 20px;&quot;&gt;&lt;/p&gt;" vertex="1">
+           <mxGeometry height="38.5" width="120" x="469.76" y="1627.25" as="geometry" />
+         </mxCell>
+         <mxCell id="fXanKe78MrKRruurNkE3-161" parent="1" style="text;html=1;align=center;verticalAlign=middle;resizable=0;points=[];autosize=1;strokeColor=none;fillColor=none;strokeWidth=2;" value="&lt;span style=&quot;font-size: 24px;&quot;&gt;&lt;b&gt;७&lt;/b&gt;&lt;/span&gt;" vertex="1">
+           <mxGeometry height="40" width="40" x="418.3899999999999" y="1695" as="geometry" />
+         </mxCell>
+         <mxCell id="fXanKe78MrKRruurNkE3-162" parent="1" style="text;html=1;align=center;verticalAlign=middle;resizable=0;points=[];autosize=1;strokeColor=none;fillColor=none;strokeWidth=2;" value="&lt;span style=&quot;font-size: 24px;&quot;&gt;&lt;b&gt;८&lt;/b&gt;&lt;/span&gt;" vertex="1">
+           <mxGeometry height="40" width="40" x="176.26" y="1772.5" as="geometry" />
+         </mxCell>
      </root>
    </mxGraphModel>
  </diagram>
</mxfile>
